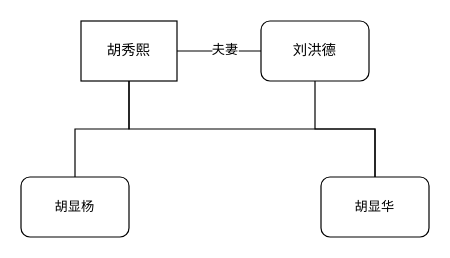
Before: 家族结构图/胡显华家族.drawio in toppemonkey/processing_folder, a draw.io diagram. Source tidied: cells renumbered, new cells numbered last; positions are measured from the earlier drawing's top-left corner, leaving out a move shared by most shapes. Both pictures are drawn from the tidied source at 120%, with x=0, y=0 at pixel (20, 20).
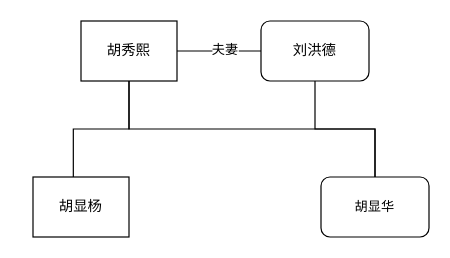
The same page after the edit.

Commit message (it also covers changes not shown here):
更新胡显华家族.drawio

Change to the diagram source:
```diff
@@
 <mxGraphModel>
   <root>
     <mxCell id="0" />
     <mxCell id="1" parent="0" />
     <mxCell id="2" style="edgeStyle=orthogonalEdgeStyle;rounded=0;jettySize=auto;html=1;exitX=1;exitY=0.5;exitDx=0;exitDy=0;endArrow=none;endFill=0;" parent="1" edge="1" source="6" target="8">
       <mxGeometry relative="1" as="geometry" />
     </mxCell>
     <mxCell id="3" value="夫妻" style="edgeLabel;html=1;align=center;verticalAlign=middle;" parent="2" vertex="1">
       <mxGeometry x="0.1" y="2" relative="1" as="geometry" />
     </mxCell>
     <mxCell id="4" style="edgeStyle=orthogonalEdgeStyle;shape=connector;rounded=0;jettySize=auto;html=1;exitX=0.5;exitY=1;exitDx=0;exitDy=0;strokeColor=default;align=center;verticalAlign=middle;fontFamily=Helvetica;fontSize=11;fontColor=default;labelBackgroundColor=default;endArrow=none;endFill=0;" parent="1" edge="1" source="6" target="9">
       <mxGeometry relative="1" as="geometry" />
     </mxCell>
-    <mxCell id="5" style="edgeStyle=orthogonalEdgeStyle;shape=connector;rounded=0;jettySize=auto;html=1;exitX=0.5;exitY=1;exitDx=0;exitDy=0;strokeColor=default;align=center;verticalAlign=middle;fontFamily=Helvetica;fontSize=11;fontColor=default;labelBackgroundColor=default;endArrow=none;endFill=0;" parent="1" edge="1" source="6" target="10">
+    <mxCell id="5" style="edgeStyle=orthogonalEdgeStyle;shape=connector;rounded=0;jettySize=auto;html=1;exitX=0.5;exitY=1;exitDx=0;exitDy=0;strokeColor=default;align=center;verticalAlign=middle;fontFamily=Helvetica;fontSize=11;fontColor=default;labelBackgroundColor=default;endArrow=none;endFill=0;entryX=0.42;entryY=0.044;entryDx=0;entryDy=0;entryPerimeter=0;" parent="1" edge="1" source="6" target="10">
       <mxGeometry relative="1" as="geometry" />
     </mxCell>
     <mxCell id="6" value="胡秀熙" style="rounded=0;whiteSpace=wrap;html=1;" parent="1" vertex="1">
       <mxGeometry x="50" width="80" height="50" as="geometry" />
     </mxCell>
     <mxCell id="7" style="edgeStyle=orthogonalEdgeStyle;shape=connector;rounded=0;jettySize=auto;html=1;exitX=0.5;exitY=1;exitDx=0;exitDy=0;entryX=0.5;entryY=0;entryDx=0;entryDy=0;strokeColor=default;align=center;verticalAlign=middle;fontFamily=Helvetica;fontSize=11;fontColor=default;labelBackgroundColor=default;endArrow=none;endFill=0;" parent="1" edge="1" source="8" target="9">
       <mxGeometry relative="1" as="geometry" />
     </mxCell>
     <mxCell id="8" value="刘洪德" style="rounded=1;whiteSpace=wrap;html=1;" parent="1" vertex="1">
       <mxGeometry x="200" width="90" height="50" as="geometry" />
     </mxCell>
     <mxCell id="9" value="胡显华" style="rounded=1;whiteSpace=wrap;html=1;fontFamily=Helvetica;fontSize=11;fontColor=default;labelBackgroundColor=default;" parent="1" vertex="1">
       <mxGeometry x="250" y="130" width="90" height="50" as="geometry" />
     </mxCell>
-    <mxCell id="10" value="胡显杨" style="rounded=1;whiteSpace=wrap;html=1;fontFamily=Helvetica;fontSize=11;fontColor=default;labelBackgroundColor=default;" parent="1" vertex="1">
-      <mxGeometry y="130" width="90" height="50" as="geometry" />
+    <mxCell id="10" value="胡显杨" style="rounded=0;whiteSpace=wrap;html=1;" parent="1" vertex="1">
+      <mxGeometry x="10" y="130" width="80" height="50" as="geometry" />
     </mxCell>
   </root>
 </mxGraphModel>
```
